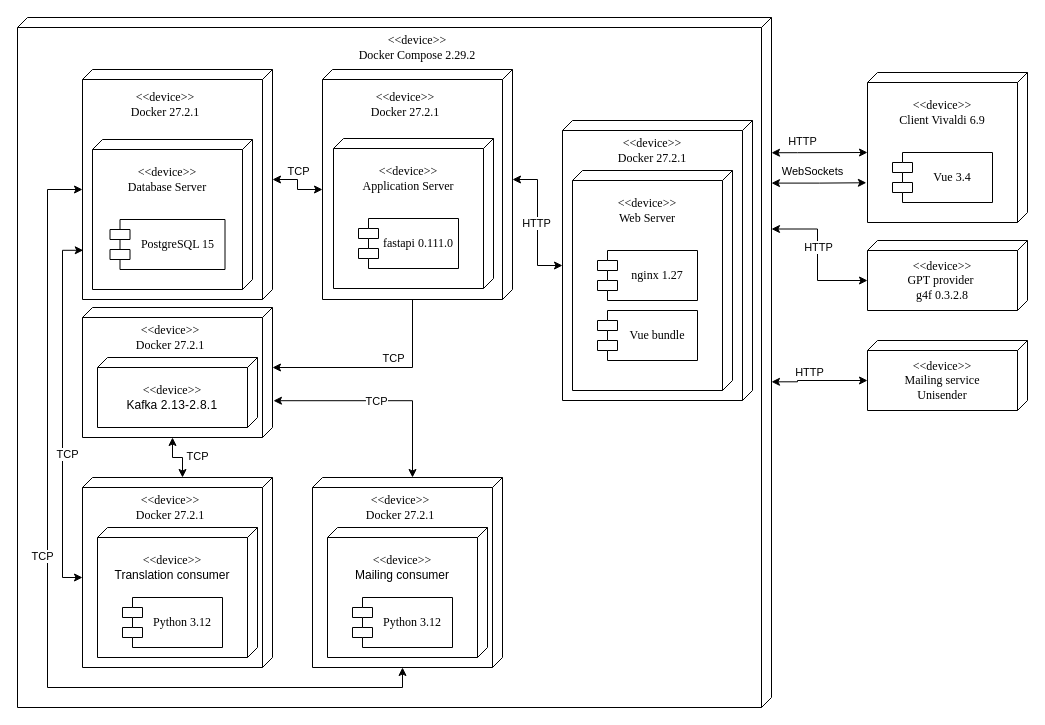
Above: _curse/docs/architecture.drawio in XoJIoDuJIHuK/7-term (draw.io), before the change. Source tidied: cells renumbered, new cells numbered last; positions are measured from the earlier drawing's top-left corner, leaving out a move shared by most shapes. Both pictures are drawn from the tidied source at 100%, with x=0, y=0 at pixel (17, 17).
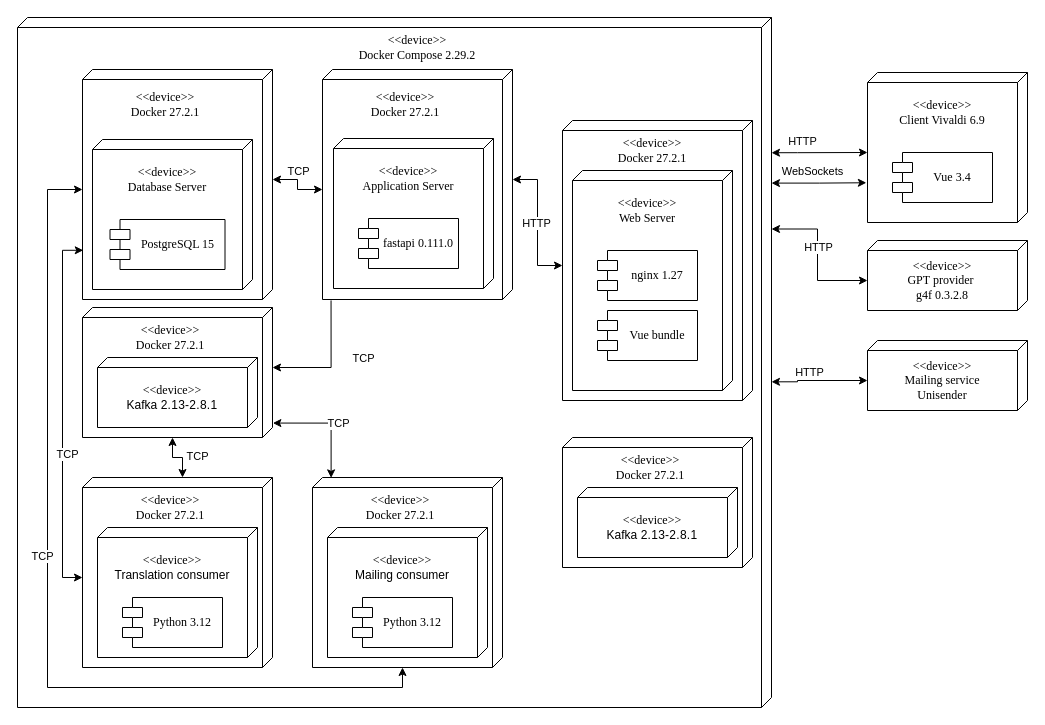
The same page after the edit.

Unchanged cells that the change refers to:
```xml
<mxCell id="4" style="verticalAlign=top;align=left;spacingTop=8;spacingLeft=2;spacingRight=12;shape=cube;size=10;direction=south;fontStyle=4;html=1;whiteSpace=wrap;fontFamily=Times New Roman;" parent="1" vertex="1">
  <mxGeometry x="305" y="52" width="190" height="230" as="geometry" />
</mxCell>
<mxCell id="5" style="verticalAlign=top;align=left;spacingTop=8;spacingLeft=2;spacingRight=12;shape=cube;size=10;direction=south;fontStyle=4;html=1;whiteSpace=wrap;fontFamily=Times New Roman;" parent="1" vertex="1">
  <mxGeometry x="65" y="290" width="190" height="130" as="geometry" />
</mxCell>
<mxCell id="48" style="verticalAlign=top;align=left;spacingTop=8;spacingLeft=2;spacingRight=12;shape=cube;size=10;direction=south;fontStyle=4;html=1;whiteSpace=wrap;fontFamily=Times New Roman;" parent="1" vertex="1">
  <mxGeometry x="295" y="460" width="190" height="190" as="geometry" />
</mxCell>
```

What changed in the source:
```diff
@@
-    <mxCell id="28" style="edgeStyle=orthogonalEdgeStyle;rounded=0;jettySize=auto;html=1;exitX=0;exitY=0;exitDx=60;exitDy=0;exitPerimeter=0;entryX=0;entryY=0;entryDx=230;entryDy=100;entryPerimeter=0;startArrow=classic;startFill=1;endArrow=none;endFill=0;" parent="1" edge="1" source="5" target="4">
+    <mxCell id="28" style="edgeStyle=orthogonalEdgeStyle;rounded=0;jettySize=auto;html=1;exitX=0;exitY=0;exitDx=60;exitDy=0;exitPerimeter=0;entryX=1.004;entryY=0.955;entryDx=0;entryDy=0;entryPerimeter=0;startArrow=classic;startFill=1;endArrow=none;endFill=0;" parent="1" edge="1" source="5" target="4">
       <mxGeometry relative="1" as="geometry" />
     </mxCell>
@@
-    <mxCell id="55" style="edgeStyle=orthogonalEdgeStyle;rounded=0;jettySize=auto;html=1;exitX=0.717;exitY=-0.005;exitDx=0;exitDy=0;exitPerimeter=0;entryX=0;entryY=0;entryDx=0;entryDy=90;entryPerimeter=0;startArrow=classic;startFill=1;" parent="1" edge="1" source="5" target="48">
+    <mxCell id="55" style="edgeStyle=orthogonalEdgeStyle;rounded=0;jettySize=auto;html=1;exitX=0.889;exitY=-0.002;exitDx=0;exitDy=0;exitPerimeter=0;entryX=0.002;entryY=0.902;entryDx=0;entryDy=0;entryPerimeter=0;startArrow=classic;startFill=1;" parent="1" edge="1" source="5" target="48">
       <mxGeometry relative="1" as="geometry" />
     </mxCell>
@@
+    <mxCell id="63" style="verticalAlign=top;align=left;spacingTop=8;spacingLeft=2;spacingRight=12;shape=cube;size=10;direction=south;fontStyle=4;html=1;whiteSpace=wrap;fontFamily=Times New Roman;" parent="1" vertex="1">
+      <mxGeometry x="545" y="420" width="190" height="130" as="geometry" />
+    </mxCell>
+    <mxCell id="64" value="&amp;lt;&amp;lt;device&amp;gt;&amp;gt;&lt;div&gt;Docker 27.2.1&lt;/div&gt;" style="text;html=1;align=center;verticalAlign=middle;whiteSpace=wrap;rounded=0;fontFamily=Times New Roman;" parent="1" vertex="1">
+      <mxGeometry x="572.5" y="430" width="120" height="40" as="geometry" />
+    </mxCell>
+    <mxCell id="65" style="verticalAlign=top;align=left;spacingTop=8;spacingLeft=2;spacingRight=12;shape=cube;size=10;direction=south;fontStyle=4;html=1;whiteSpace=wrap;fontFamily=Times New Roman;" parent="1" vertex="1">
+      <mxGeometry x="560" y="470" width="160" height="70" as="geometry" />
+    </mxCell>
+    <mxCell id="66" value="&lt;font style=&quot;font-size: 12px;&quot; face=&quot;Times New Roman&quot;&gt;&amp;lt;&amp;lt;device&amp;gt;&amp;gt;&lt;/font&gt;&lt;div&gt;&lt;font style=&quot;font-size: 12px;&quot; face=&quot;TATKIw89jByi1dCgMb_N&quot;&gt;Kafka&amp;nbsp;&lt;span style=&quot;letter-spacing: 0.273px; text-align: start; white-space-collapse: break-spaces;&quot;&gt;2.13-2.8.1&lt;/span&gt;&lt;/font&gt;&lt;/div&gt;" style="text;html=1;align=center;verticalAlign=middle;whiteSpace=wrap;rounded=0;fontFamily=Times New Roman;" parent="1" vertex="1">
+      <mxGeometry x="575" y="490" width="120" height="40" as="geometry" />
+    </mxCell>
```
